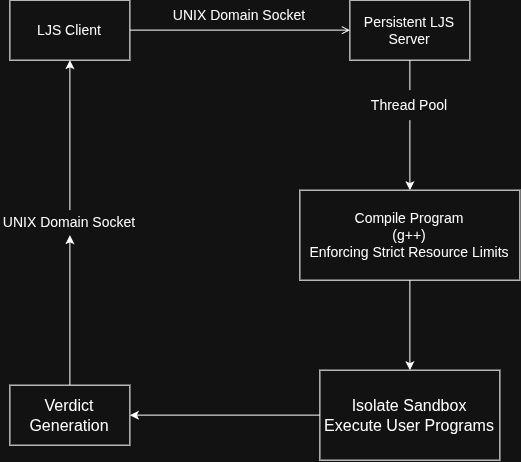
The draw.io diagram assets/LJS_architecture_overview.png in FRANK-FY-RI/LJS, before a commit. Source tidied: cells renumbered, new cells last; positions are measured from the earlier drawing's top-left corner, leaving out a move shared by most shapes. The source it was exported from:
```xml
<mxGraphModel>
  <root>
    <mxCell id="0" />
    <mxCell id="1" parent="0" />
    <mxCell id="2" style="edgeStyle=orthogonalEdgeStyle;rounded=0;jettySize=auto;html=1;entryX=0;entryY=0.5;entryDx=0;entryDy=0;endArrow=open;endFill=0;" parent="1" edge="1" source="3" target="5">
      <mxGeometry relative="1" as="geometry" />
    </mxCell>
    <mxCell id="3" value="&lt;font style=&quot;font-size: 14px;&quot;&gt;LJS Client&lt;/font&gt;" style="rounded=0;whiteSpace=wrap;html=1;" parent="1" vertex="1">
      <mxGeometry x="10" width="120" height="60" as="geometry" />
    </mxCell>
    <mxCell id="4" style="edgeStyle=orthogonalEdgeStyle;rounded=0;jettySize=auto;html=1;endArrow=none;endFill=0;" parent="1" edge="1" source="5" target="10">
      <mxGeometry relative="1" as="geometry" />
    </mxCell>
    <mxCell id="5" value="&lt;font style=&quot;font-size: 14px;&quot;&gt;Persistent LJS Server&lt;/font&gt;" style="rounded=0;whiteSpace=wrap;html=1;" parent="1" vertex="1">
      <mxGeometry x="350" width="120" height="60" as="geometry" />
    </mxCell>
    <mxCell id="6" value="&lt;font style=&quot;font-size: 14px;&quot;&gt;UNIX Domain Socket&lt;/font&gt;" style="text;html=1;whiteSpace=wrap;strokeColor=none;fillColor=none;align=center;verticalAlign=middle;rounded=0;" parent="1" vertex="1">
      <mxGeometry x="170" width="140" height="30" as="geometry" />
    </mxCell>
    <mxCell id="7" style="edgeStyle=orthogonalEdgeStyle;rounded=0;jettySize=auto;html=1;" parent="1" edge="1" source="8" target="12">
      <mxGeometry relative="1" as="geometry" />
    </mxCell>
    <mxCell id="8" value="&lt;div&gt;&lt;span style=&quot;font-size: 14px; background-color: transparent; color: light-dark(rgb(0, 0, 0), rgb(255, 255, 255));&quot;&gt;Compile Program&lt;/span&gt;&lt;/div&gt;&lt;div&gt;&lt;font style=&quot;font-size: 14px;&quot;&gt;(g++)&lt;/font&gt;&lt;/div&gt;&lt;div&gt;&lt;font style=&quot;font-size: 14px;&quot;&gt;Enforcing Strict Resource Limits&lt;/font&gt;&lt;/div&gt;" style="rounded=0;whiteSpace=wrap;html=1;" parent="1" vertex="1">
      <mxGeometry x="300" y="190" width="220" height="90" as="geometry" />
    </mxCell>
    <mxCell id="9" style="edgeStyle=orthogonalEdgeStyle;rounded=0;jettySize=auto;html=1;" parent="1" edge="1" source="10" target="8">
      <mxGeometry relative="1" as="geometry" />
    </mxCell>
    <mxCell id="10" value="&lt;font style=&quot;font-size: 14px;&quot;&gt;Thread Pool&lt;/font&gt;" style="text;html=1;whiteSpace=wrap;strokeColor=none;fillColor=none;align=center;verticalAlign=middle;rounded=0;" parent="1" vertex="1">
      <mxGeometry x="370" y="90" width="80" height="30" as="geometry" />
    </mxCell>
    <mxCell id="11" style="edgeStyle=orthogonalEdgeStyle;rounded=0;jettySize=auto;html=1;entryX=1;entryY=0.5;entryDx=0;entryDy=0;" parent="1" edge="1" source="12" target="14">
      <mxGeometry relative="1" as="geometry" />
    </mxCell>
    <mxCell id="12" value="&lt;font size=&quot;3&quot;&gt;Isolate Sandbox&lt;/font&gt;&lt;div&gt;&lt;font size=&quot;3&quot;&gt;Execute User Programs&lt;/font&gt;&lt;/div&gt;" style="rounded=0;whiteSpace=wrap;html=1;" parent="1" vertex="1">
      <mxGeometry x="320" y="370" width="180" height="90" as="geometry" />
    </mxCell>
    <mxCell id="13" style="edgeStyle=orthogonalEdgeStyle;rounded=0;jettySize=auto;html=1;entryX=0.5;entryY=1;entryDx=0;entryDy=0;" parent="1" edge="1" source="14" target="16">
      <mxGeometry relative="1" as="geometry" />
    </mxCell>
    <mxCell id="14" value="&lt;font size=&quot;3&quot;&gt;Verdict Generation&lt;/font&gt;" style="whiteSpace=wrap;html=1;" parent="1" vertex="1">
      <mxGeometry x="10" y="385" width="120" height="60" as="geometry" />
    </mxCell>
    <mxCell id="15" style="edgeStyle=orthogonalEdgeStyle;rounded=0;jettySize=auto;html=1;entryX=0.5;entryY=1;entryDx=0;entryDy=0;" parent="1" edge="1" source="16" target="3">
      <mxGeometry relative="1" as="geometry" />
    </mxCell>
    <mxCell id="16" value="&lt;font style=&quot;font-size: 14px;&quot;&gt;UNIX Domain Socket&lt;/font&gt;" style="text;html=1;whiteSpace=wrap;strokeColor=none;fillColor=none;align=center;verticalAlign=middle;rounded=0;" parent="1" vertex="1">
      <mxGeometry y="210" width="140" height="25" as="geometry" />
    </mxCell>
  </root>
</mxGraphModel>
```
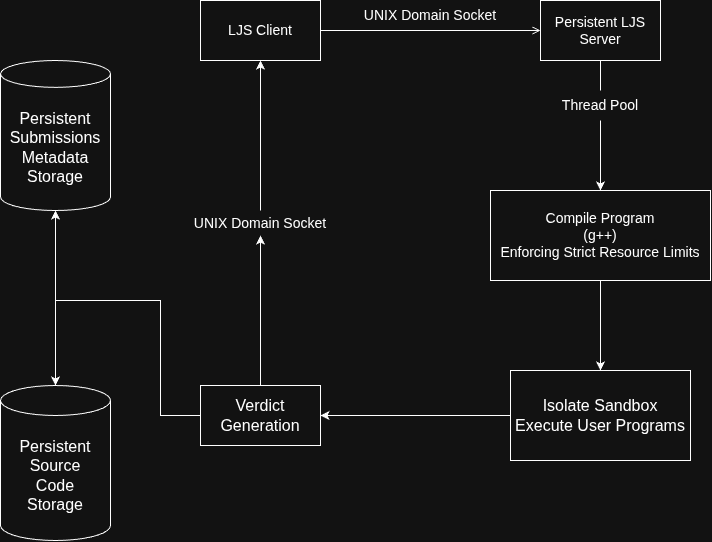
The same file after the commit.

Commit message:
Updated README to reflect database Integration

What changed in the source:
```diff
@@ -38,6 +38,15 @@
     <mxCell id="13" style="edgeStyle=orthogonalEdgeStyle;rounded=0;jettySize=auto;html=1;entryX=0.5;entryY=1;entryDx=0;entryDy=0;" parent="1" edge="1" source="14" target="16">
       <mxGeometry relative="1" as="geometry" />
     </mxCell>
+    <mxCell id="17" style="edgeStyle=orthogonalEdgeStyle;rounded=0;jettySize=auto;html=1;" parent="1" edge="1" source="14" target="18">
+      <mxGeometry relative="1" as="geometry">
+        <Array as="points">
+          <mxPoint x="-30" y="415" />
+          <mxPoint x="-30" y="300" />
+          <mxPoint x="-135" y="300" />
+        </Array>
+      </mxGeometry>
+    </mxCell>
     <mxCell id="14" value="&lt;font size=&quot;3&quot;&gt;Verdict Generation&lt;/font&gt;" style="whiteSpace=wrap;html=1;" parent="1" vertex="1">
       <mxGeometry x="10" y="385" width="120" height="60" as="geometry" />
     </mxCell>
@@ -47,5 +56,20 @@
     <mxCell id="16" value="&lt;font style=&quot;font-size: 14px;&quot;&gt;UNIX Domain Socket&lt;/font&gt;" style="text;html=1;whiteSpace=wrap;strokeColor=none;fillColor=none;align=center;verticalAlign=middle;rounded=0;" parent="1" vertex="1">
       <mxGeometry y="210" width="140" height="25" as="geometry" />
     </mxCell>
+    <mxCell id="18" value="&lt;div&gt;&lt;font size=&quot;3&quot;&gt;Persistent&lt;/font&gt;&lt;/div&gt;&lt;font size=&quot;3&quot;&gt;Submissions&lt;/font&gt;&lt;div&gt;&lt;font size=&quot;3&quot;&gt;Metadata&lt;/font&gt;&lt;/div&gt;&lt;div&gt;&lt;font size=&quot;3&quot;&gt;Storage&lt;/font&gt;&lt;/div&gt;" style="shape=cylinder3;whiteSpace=wrap;html=1;boundedLbl=1;backgroundOutline=1;size=13.4273681640625;" parent="1" vertex="1">
+      <mxGeometry x="-190" y="60" width="110" height="150" as="geometry" />
+    </mxCell>
+    <mxCell id="19" value="&lt;font size=&quot;3&quot;&gt;Persistent&lt;/font&gt;&lt;div&gt;&lt;font size=&quot;3&quot;&gt;Source&lt;/font&gt;&lt;/div&gt;&lt;div&gt;&lt;font size=&quot;3&quot;&gt;Code&lt;/font&gt;&lt;/div&gt;&lt;div&gt;&lt;font size=&quot;3&quot;&gt;Storage&lt;/font&gt;&lt;/div&gt;" style="shape=cylinder3;whiteSpace=wrap;html=1;boundedLbl=1;backgroundOutline=1;size=15;" parent="1" vertex="1">
+      <mxGeometry x="-190" y="385" width="110" height="155" as="geometry" />
+    </mxCell>
+    <mxCell id="20" style="edgeStyle=orthogonalEdgeStyle;rounded=0;jettySize=auto;html=1;entryX=0.5;entryY=0;entryDx=0;entryDy=0;entryPerimeter=0;" parent="1" edge="1" source="14" target="19">
+      <mxGeometry relative="1" as="geometry">
+        <Array as="points">
+          <mxPoint x="-30" y="415" />
+          <mxPoint x="-30" y="300" />
+          <mxPoint x="-135" y="300" />
+        </Array>
+      </mxGeometry>
+    </mxCell>
   </root>
 </mxGraphModel>
```
